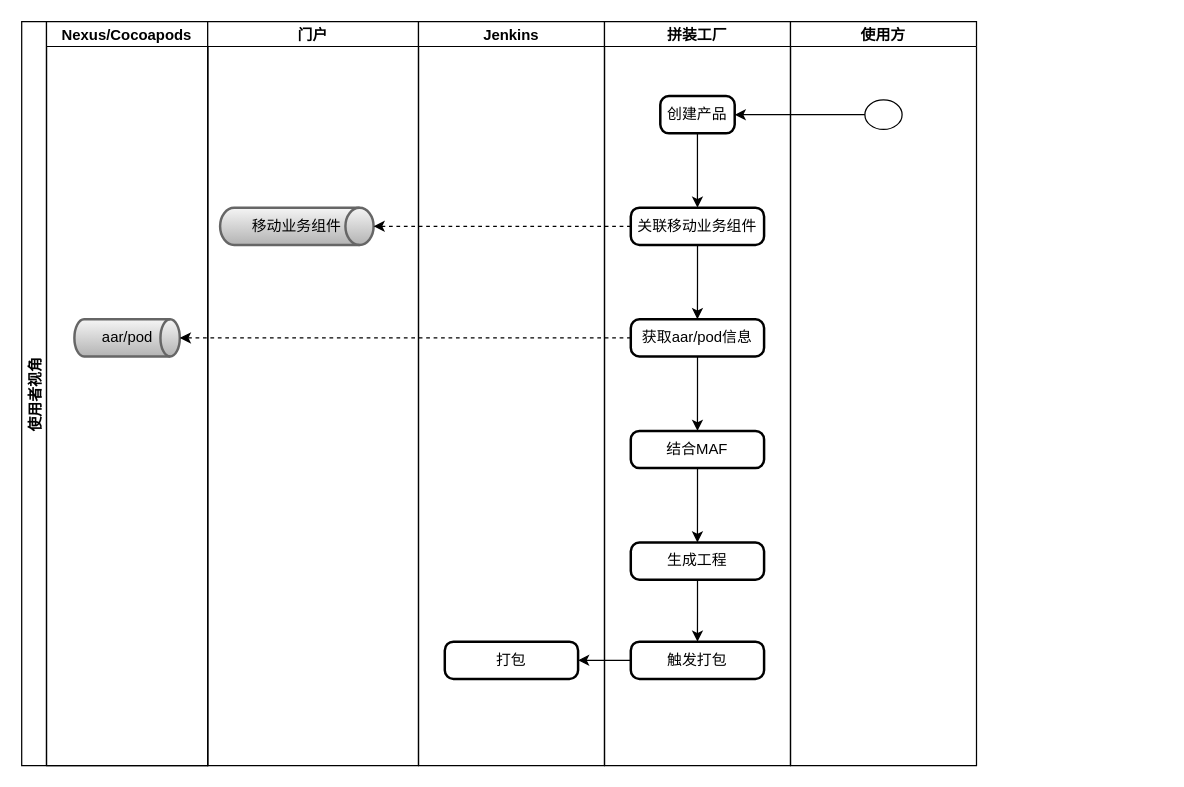
Above: page "第 6 页" (6 of 11) of assembly-factory.drawio in kwhitestone/drawio (draw.io), before the change. Source tidied: cells renumbered, new cells numbered last; positions are measured from the earlier drawing's top-left corner, leaving out a move shared by most shapes. Both pictures are drawn from the tidied source at 124%, with x=0, y=0 at pixel (21, 21).
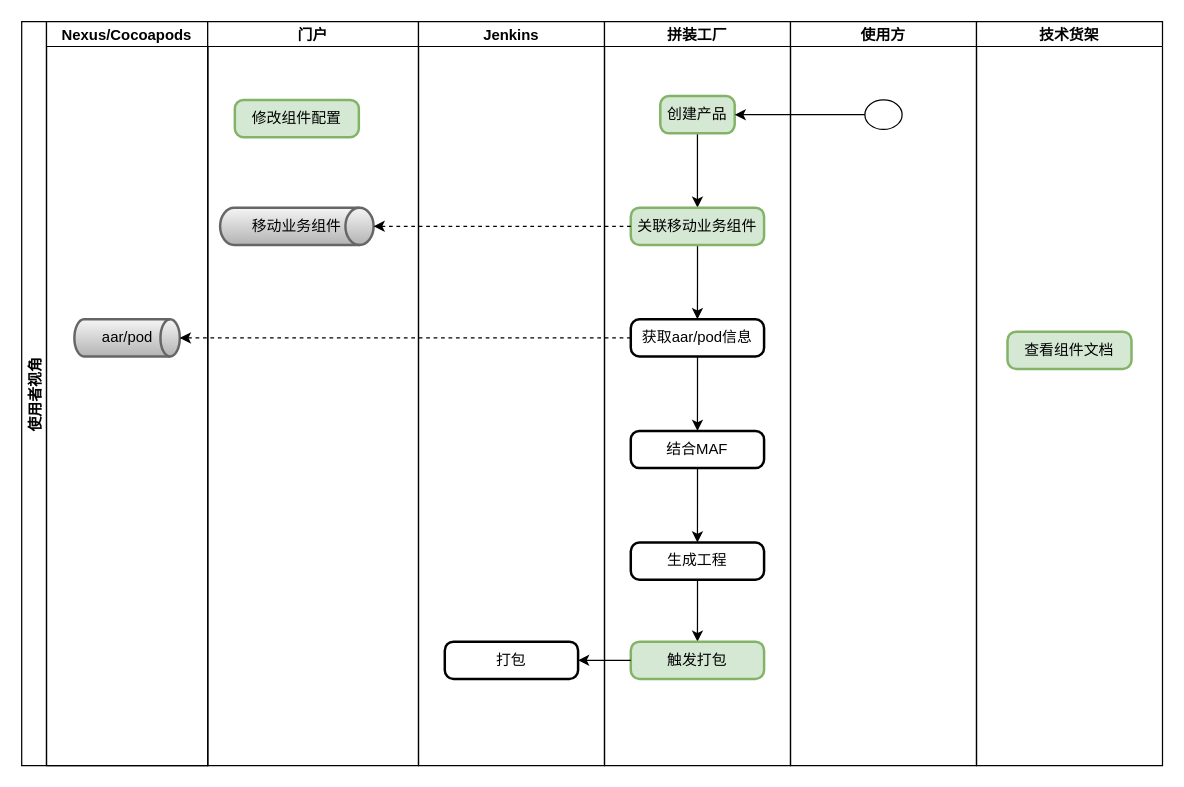
The same diagram, later.

The change refers to these unchanged cells:
```xml
<mxCell id="5" value="门户" style="swimlane;startSize=20;" parent="1" vertex="1">
  <mxGeometry x="150" width="170" height="600" as="geometry" />
</mxCell>
<mxCell id="9" value="拼装工厂" style="swimlane;startSize=20;" parent="1" vertex="1">
  <mxGeometry x="470" width="150" height="600" as="geometry" />
</mxCell>
```

Change to the diagram source:
```diff
@@
+    <mxCell id="27" value="修改组件配置" style="rounded=1;whiteSpace=wrap;html=1;absoluteArcSize=1;arcSize=14;strokeWidth=2;fillColor=#d5e8d4;strokeColor=#82b366;" parent="5" vertex="1">
+      <mxGeometry x="21.9" y="63.1" width="100" height="30" as="geometry" />
+    </mxCell>
@@
-    <mxCell id="11" value="创建产品" style="rounded=1;whiteSpace=wrap;html=1;absoluteArcSize=1;arcSize=14;strokeWidth=2;" parent="9" vertex="1">
+    <mxCell id="11" value="创建产品" style="rounded=1;whiteSpace=wrap;html=1;absoluteArcSize=1;arcSize=14;strokeWidth=2;fillColor=#d5e8d4;strokeColor=#82b366;" parent="9" vertex="1">
       <mxGeometry x="45" y="60" width="60" height="30" as="geometry" />
     </mxCell>
@@
-    <mxCell id="13" value="关联移动业务组件" style="rounded=1;whiteSpace=wrap;html=1;absoluteArcSize=1;arcSize=14;strokeWidth=2;" parent="9" vertex="1">
+    <mxCell id="13" value="关联移动业务组件" style="rounded=1;whiteSpace=wrap;html=1;absoluteArcSize=1;arcSize=14;strokeWidth=2;fillColor=#d5e8d4;strokeColor=#82b366;" parent="9" vertex="1">
       <mxGeometry x="21.2" y="150" width="107.5" height="30" as="geometry" />
     </mxCell>
@@
-    <mxCell id="20" value="触发打包" style="rounded=1;whiteSpace=wrap;html=1;absoluteArcSize=1;arcSize=14;strokeWidth=2;" parent="9" vertex="1">
+    <mxCell id="20" value="触发打包" style="rounded=1;whiteSpace=wrap;html=1;absoluteArcSize=1;arcSize=14;strokeWidth=2;fillColor=#d5e8d4;strokeColor=#82b366;" parent="9" vertex="1">
       <mxGeometry x="21.2" y="500" width="107.5" height="30" as="geometry" />
     </mxCell>
@@
+    <mxCell id="28" value="技术货架" style="swimlane;startSize=20;" parent="1" vertex="1">
+      <mxGeometry x="770" width="150" height="600" as="geometry" />
+    </mxCell>
+    <mxCell id="29" value="查看组件文档" style="rounded=1;whiteSpace=wrap;html=1;absoluteArcSize=1;arcSize=14;strokeWidth=2;fillColor=#d5e8d4;strokeColor=#82b366;" parent="28" vertex="1">
+      <mxGeometry x="25" y="250" width="100" height="30" as="geometry" />
+    </mxCell>
```
